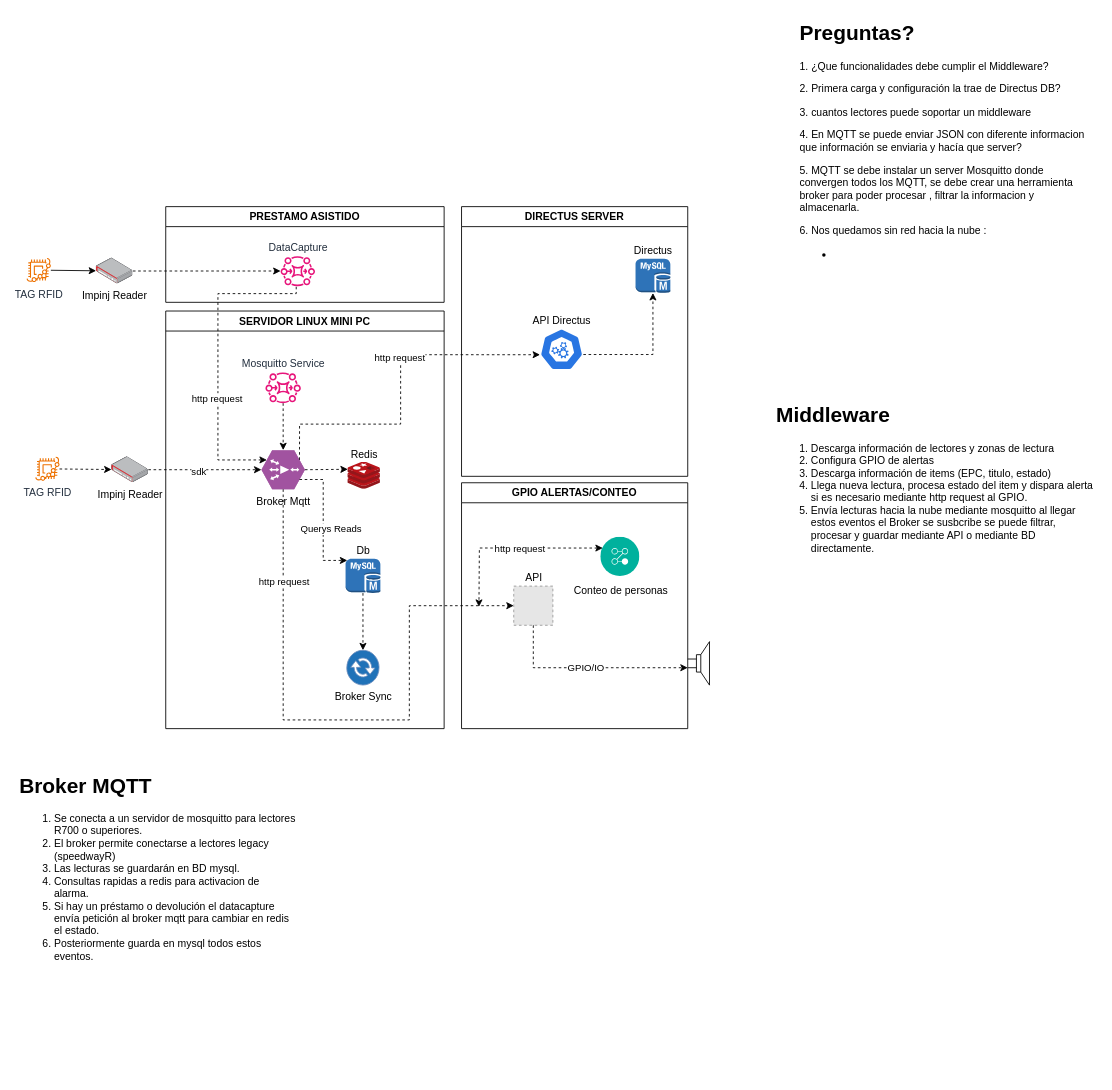
Above: Diagrama sin título.drawio in FelipeHurtado/BPMN_EXPERIMIENTO (draw.io), before the change. Source tidied: cells renumbered, new cells numbered last; positions are measured from the earlier drawing's top-left corner, leaving out a move shared by most shapes. Both pictures are drawn from the tidied source at 87%, with x=0, y=0 at pixel (17, 15). Pictures stored in the file or linked from it are replaced by grey dashed boxes.
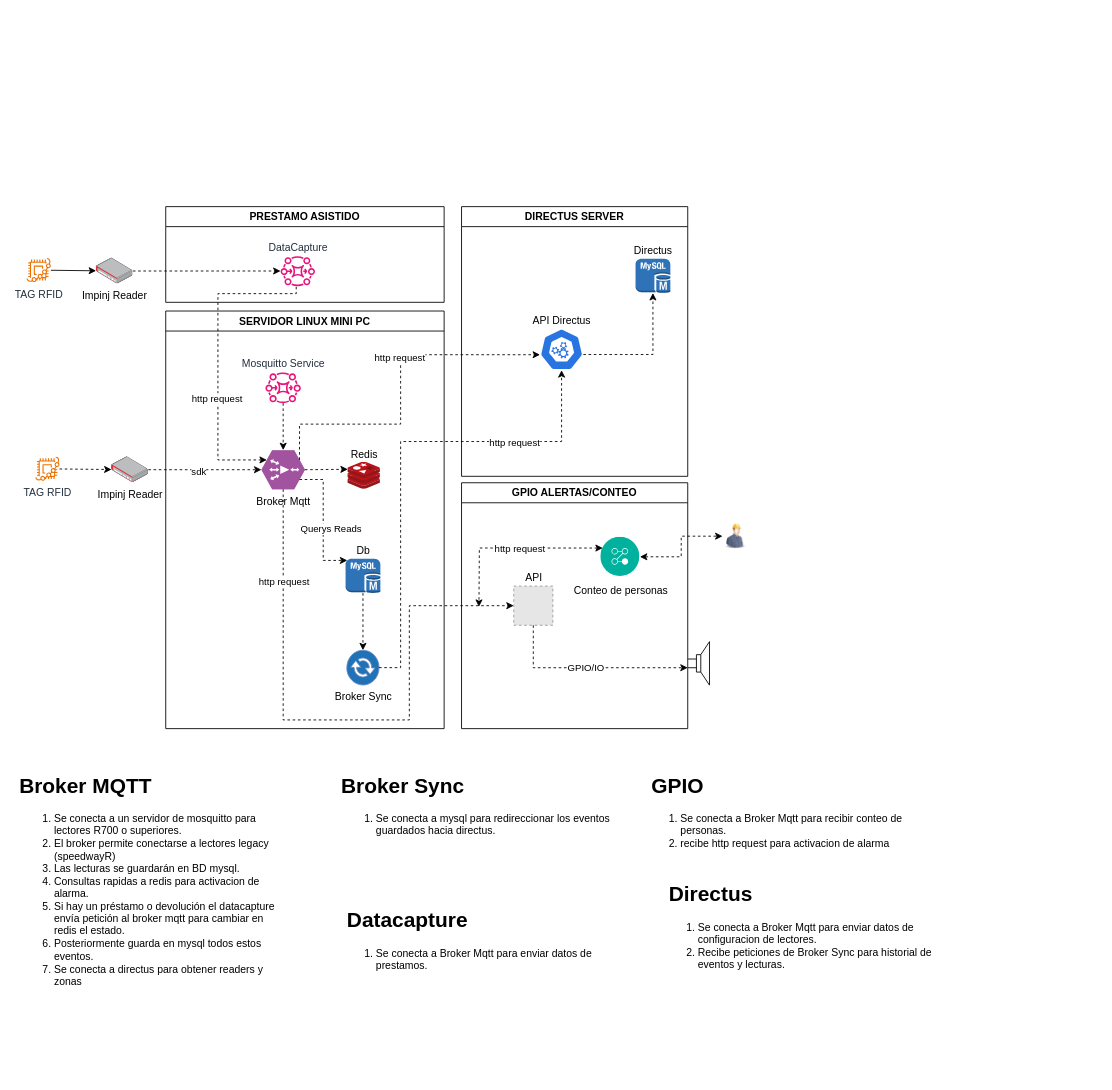
Above is the later version.

Unchanged cells that the change refers to:
```xml
<mxCell id="11" value="API Directus" style="sketch=0;html=1;dashed=0;whitespace=wrap;verticalLabelPosition=top;verticalAlign=bottom;fillColor=#2875E2;strokeColor=#ffffff;points=[[0.005,0.63,0],[0.1,0.2,0],[0.9,0.2,0],[0.5,0,0],[0.995,0.63,0],[0.72,0.99,0],[0.5,1,0],[0.28,0.99,0]];shape=mxgraph.kubernetes.icon2;prIcon=api;labelPosition=center;align=center;" parent="8" vertex="1">
  <mxGeometry x="90" y="140" width="50" height="48" as="geometry" />
</mxCell>
<mxCell id="17" value="Conteo de personas" style="image;perimeter=ellipsePerimeter;html=1;align=center;shadow=0;dashed=0;fontColor=#000000;labelBackgroundColor=default;fontSize=12;spacingTop=3;image=img/lib/ibm/management/process_management.svg;" parent="13" vertex="1">
  <mxGeometry x="160" y="62.6" width="45" height="45" as="geometry" />
</mxCell>
<mxCell id="33" value="Broker Sync" style="sketch=0;shadow=0;dashed=0;html=1;strokeColor=#6c8ebf;fillColor=#2ab79f;labelPosition=center;verticalLabelPosition=bottom;verticalAlign=top;outlineConnect=0;align=center;shape=mxgraph.office.communications.exchange_active_sync;fillColor=#2072B8;" parent="25" vertex="1">
  <mxGeometry x="208.1" y="389.9" width="37.1" height="40" as="geometry" />
</mxCell>
```

What changed in the source:
```diff
@@
-    <mxCell id="7" value="&lt;h1 style=&quot;margin-top: 0px;&quot;&gt;Preguntas?&lt;/h1&gt;&lt;p&gt;1. ¿Que funcionalidades debe cumplir el Middleware?&lt;/p&gt;&lt;p&gt;2. Primera carga y configuración la trae de Directus DB?&lt;/p&gt;&lt;p&gt;3. cuantos lectores puede soportar un middleware&lt;/p&gt;&lt;p&gt;4. En MQTT se puede enviar JSON con diferente informacion que información se enviaria y hacía que server?&lt;/p&gt;&lt;p&gt;5. MQTT se debe instalar un server Mosquitto donde convergen todos los MQTT, se debe crear una herramienta broker para poder procesar , filtrar la informacion y almacenarla.&lt;/p&gt;&lt;p&gt;6. Nos quedamos sin red hacia la nube :&lt;/p&gt;&lt;p&gt;&lt;/p&gt;&lt;ul&gt;&lt;li&gt;&lt;br&gt;&lt;/li&gt;&lt;/ul&gt;&lt;p&gt;&lt;/p&gt;&lt;p&gt;&lt;br&gt;&lt;/p&gt;" style="text;html=1;whiteSpace=wrap;overflow=hidden;rounded=0;" parent="1" vertex="1">
-      <mxGeometry x="897" width="336" height="310" as="geometry" />
-    </mxCell>
@@
-    <mxCell id="12" value="&lt;h1 style=&quot;margin-top: 0px;&quot;&gt;Middleware&lt;/h1&gt;&lt;p&gt;&lt;/p&gt;&lt;ol&gt;&lt;li&gt;Descarga información de lectores y zonas de lectura&lt;/li&gt;&lt;li&gt;Configura GPIO de alertas&amp;nbsp;&lt;/li&gt;&lt;li&gt;Descarga información de items (EPC, titulo, estado)&lt;/li&gt;&lt;li&gt;Llega nueva lectura, procesa estado del item y dispara alerta si es necesario mediante http request al GPIO.&lt;/li&gt;&lt;li&gt;Envía lecturas hacia la nube mediante mosquitto al llegar estos eventos el Broker se susbcribe se puede filtrar, procesar y guardar mediante API o mediante BD directamente.&lt;/li&gt;&lt;/ol&gt;&lt;p&gt;&lt;/p&gt;&lt;p&gt;&lt;br&gt;&lt;/p&gt;" style="text;html=1;whiteSpace=wrap;overflow=hidden;rounded=0;" parent="1" vertex="1">
-      <mxGeometry x="870" y="439.3" width="370" height="210" as="geometry" />
-    </mxCell>
@@
-    <mxCell id="36" value="&lt;h1 style=&quot;margin-top: 0px;&quot;&gt;Broker MQTT&lt;/h1&gt;&lt;p&gt;&lt;/p&gt;&lt;ol&gt;&lt;li&gt;Se conecta a un servidor de mosquitto para lectores R700 o superiores.&lt;/li&gt;&lt;li&gt;El broker permite conectarse a lectores legacy (speedwayR)&lt;/li&gt;&lt;li&gt;Las lecturas se guardarán en BD mysql.&lt;/li&gt;&lt;li&gt;Consultas rapidas a redis para activacion de alarma.&lt;/li&gt;&lt;li&gt;Si hay un préstamo o devolución el datacapture envía petición al broker mqtt para cambiar en redis el estado.&lt;/li&gt;&lt;li&gt;Posteriormente guarda en mysql todos estos eventos.&lt;/li&gt;&lt;/ol&gt;&lt;p&gt;&lt;/p&gt;&lt;p&gt;&lt;br&gt;&lt;/p&gt;" style="text;html=1;whiteSpace=wrap;overflow=hidden;rounded=0;" parent="1" vertex="1">
-      <mxGeometry y="865" width="320" height="225" as="geometry" />
+    <mxCell id="36" value="&lt;h1 style=&quot;margin-top: 0px;&quot;&gt;Broker MQTT&lt;/h1&gt;&lt;p&gt;&lt;/p&gt;&lt;ol&gt;&lt;li&gt;Se conecta a un servidor de mosquitto para lectores R700 o superiores.&lt;/li&gt;&lt;li&gt;El broker permite conectarse a lectores legacy (speedwayR)&lt;/li&gt;&lt;li&gt;Las lecturas se guardarán en BD mysql.&lt;/li&gt;&lt;li&gt;Consultas rapidas a redis para activacion de alarma.&lt;/li&gt;&lt;li&gt;Si hay un préstamo o devolución el datacapture envía petición al broker mqtt para cambiar en redis el estado.&lt;/li&gt;&lt;li&gt;Posteriormente guarda en mysql todos estos eventos.&lt;/li&gt;&lt;li&gt;Se conecta a directus para obtener readers y zonas&amp;nbsp;&lt;/li&gt;&lt;/ol&gt;&lt;p&gt;&lt;/p&gt;&lt;p&gt;&lt;br&gt;&lt;/p&gt;" style="text;html=1;whiteSpace=wrap;overflow=hidden;rounded=0;" parent="1" vertex="1">
+      <mxGeometry y="865" width="310" height="275" as="geometry" />
     </mxCell>
@@
+    <mxCell id="45" value="&lt;h1 style=&quot;margin-top: 0px;&quot;&gt;Broker Sync&lt;/h1&gt;&lt;p&gt;&lt;/p&gt;&lt;ol&gt;&lt;li&gt;Se conecta a mysql para redireccionar los eventos guardados hacia directus.&lt;/li&gt;&lt;/ol&gt;&lt;p&gt;&lt;/p&gt;&lt;p&gt;&lt;br&gt;&lt;/p&gt;" style="text;html=1;whiteSpace=wrap;overflow=hidden;rounded=0;" parent="1" vertex="1">
+      <mxGeometry x="370" y="865" width="320" height="225" as="geometry" />
+    </mxCell>
+    <mxCell id="46" style="edgeStyle=orthogonalEdgeStyle;rounded=0;jettySize=auto;html=1;dashed=1;flowAnimation=1;" parent="1" edge="1" source="33" target="11">
+      <mxGeometry relative="1" as="geometry">
+        <Array as="points">
+          <mxPoint x="440" y="750" />
+          <mxPoint x="440" y="490" />
+          <mxPoint x="625" y="490" />
+        </Array>
+      </mxGeometry>
+    </mxCell>
+    <mxCell id="47" value="http request" style="edgeLabel;html=1;align=center;verticalAlign=middle;" parent="46" vertex="1">
+      <mxGeometry x="-0.06" y="1" relative="1" as="geometry">
+        <mxPoint x="131" y="-24" as="offset" />
+      </mxGeometry>
+    </mxCell>
+    <mxCell id="48" value="&lt;h1 style=&quot;margin-top: 0px;&quot;&gt;&amp;nbsp;GPIO&lt;/h1&gt;&lt;p&gt;&lt;/p&gt;&lt;ol&gt;&lt;li&gt;Se conecta a Broker Mqtt para recibir conteo de personas.&lt;/li&gt;&lt;li&gt;recibe http request para activacion de alarma&amp;nbsp;&lt;/li&gt;&lt;/ol&gt;&lt;p&gt;&lt;/p&gt;&lt;p&gt;&lt;br&gt;&lt;/p&gt;" style="text;html=1;whiteSpace=wrap;overflow=hidden;rounded=0;" parent="1" vertex="1">
+      <mxGeometry x="720" y="865" width="320" height="225" as="geometry" />
+    </mxCell>
+    <mxCell id="49" style="image;html=1;image=img/lib/clip_art/people/Construction_Worker_Man_128x128.png;" parent="1" vertex="1">
+      <mxGeometry x="810" y="580" width="30" height="37.6" as="geometry" />
+    </mxCell>
+    <mxCell id="50" style="edgeStyle=orthogonalEdgeStyle;rounded=0;jettySize=auto;html=1;entryX=0;entryY=0.5;entryDx=0;entryDy=0;dashed=1;startArrow=classic;startFill=1;flowAnimation=1;" parent="1" edge="1" source="17" target="49">
+      <mxGeometry relative="1" as="geometry" />
+    </mxCell>
+    <mxCell id="51" value="&lt;h1 style=&quot;margin-top: 0px;&quot;&gt;&amp;nbsp;Directus&lt;/h1&gt;&lt;p&gt;&lt;/p&gt;&lt;ol&gt;&lt;li&gt;Se conecta a Broker Mqtt para enviar datos de configuracion de lectores.&lt;/li&gt;&lt;li&gt;Recibe peticiones de Broker Sync para historial de eventos y lecturas.&lt;/li&gt;&lt;/ol&gt;&lt;p&gt;&lt;/p&gt;&lt;p&gt;&lt;br&gt;&lt;/p&gt;" style="text;html=1;whiteSpace=wrap;overflow=hidden;rounded=0;" parent="1" vertex="1">
+      <mxGeometry x="740" y="990" width="320" height="225" as="geometry" />
+    </mxCell>
+    <mxCell id="52" value="&lt;h1 style=&quot;margin-top: 0px;&quot;&gt;&amp;nbsp;Datacapture&lt;/h1&gt;&lt;p&gt;&lt;/p&gt;&lt;ol&gt;&lt;li&gt;Se conecta a Broker Mqtt para enviar datos de prestamos.&lt;/li&gt;&lt;/ol&gt;&lt;p&gt;&lt;/p&gt;&lt;p&gt;&lt;br&gt;&lt;/p&gt;" style="text;html=1;whiteSpace=wrap;overflow=hidden;rounded=0;" parent="1" vertex="1">
+      <mxGeometry x="370" y="1020" width="320" height="100" as="geometry" />
+    </mxCell>
```
